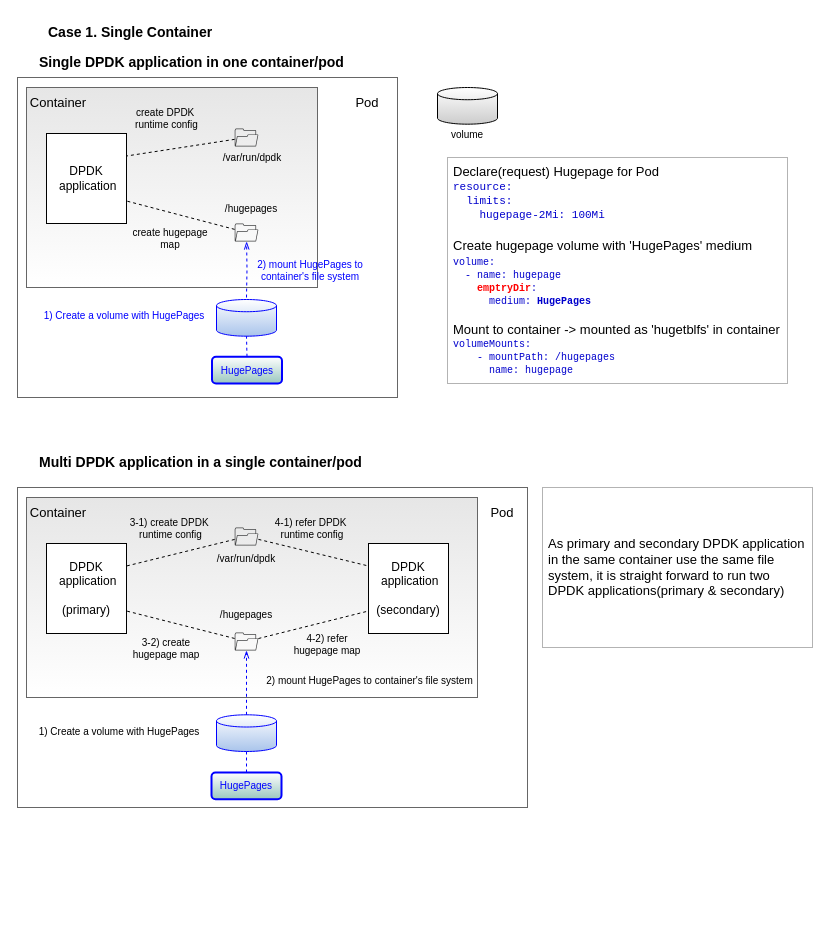
cychong47/how-to-share-hugepage-in-k8s keeps this draw.io diagram as page "1 container-1 pod" (3 of 5) of dpdk multi-process.drawio. Above is the earlier version. Source tidied: cells renumbered, new cells numbered last; positions are measured from the earlier drawing's top-left corner, leaving out a move shared by most shapes. Both pictures are drawn from the tidied source at 100%, with x=0, y=0 at pixel (17, 17).
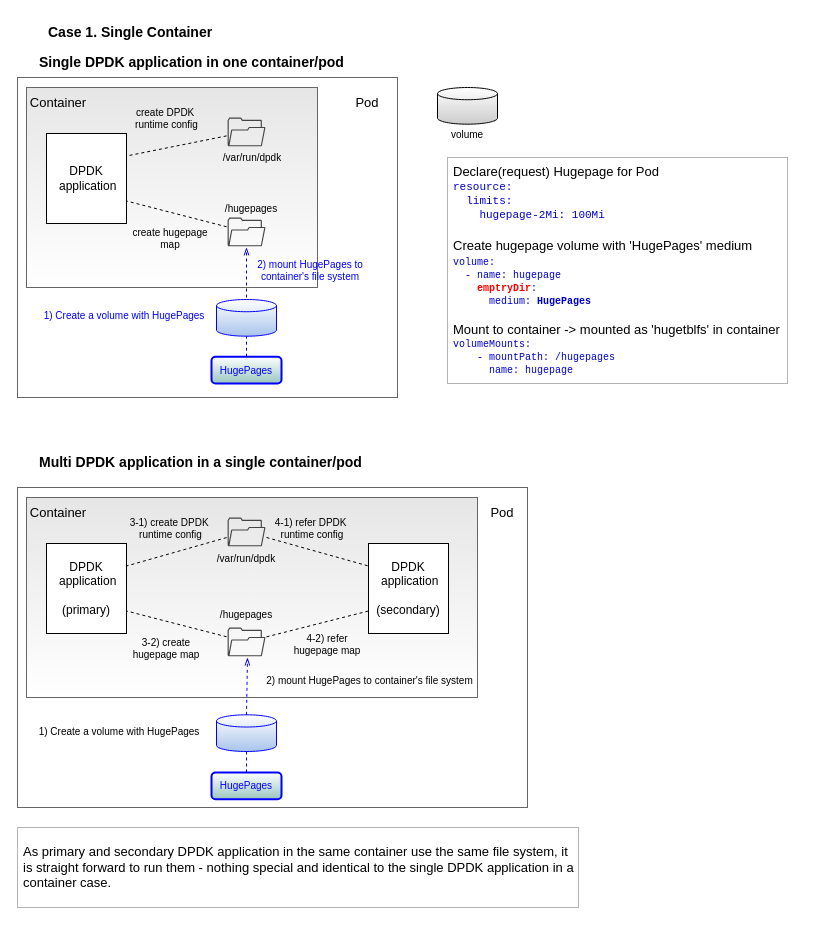
After the change.

Unchanged cells that the change refers to:
```xml
<mxCell id="6" value="DPDK &amp;nbsp;application&lt;br&gt;&lt;br&gt;(secondary)" style="rounded=0;whiteSpace=wrap;html=1;strokeColor=#000000;fontColor=#000000;" parent="1" vertex="1">
  <mxGeometry x="351" y="526" width="80" height="90" as="geometry" />
</mxCell>
<mxCell id="10" value="DPDK &amp;nbsp;application" style="rounded=0;whiteSpace=wrap;html=1;" parent="1" vertex="1">
  <mxGeometry x="29" y="116" width="80" height="90" as="geometry" />
</mxCell>
<mxCell id="21" value="DPDK &amp;nbsp;application&lt;br&gt;&lt;br&gt;(primary)" style="rounded=0;whiteSpace=wrap;html=1;" parent="1" vertex="1">
  <mxGeometry x="29" y="526" width="80" height="90" as="geometry" />
</mxCell>
<mxCell id="44" style="strokeWidth=1;html=1;shape=mxgraph.flowchart.database;whiteSpace=wrap;rounded=1;shadow=0;glass=0;sketch=0;fontFamily=Courier New;fontSize=12;fontColor=#000000;fillColor=#A9C4EB;gradientColor=#ffffff;gradientDirection=north;fontStyle=1;strokeColor=#0000FF;" parent="1" vertex="1">
  <mxGeometry x="199" y="697.3" width="60" height="36.7" as="geometry" />
</mxCell>
```

Change to the diagram source:
```diff
@@
-    <mxCell id="13" style="endArrow=none;html=1;rounded=0;endFill=0;startArrow=none;startFill=0;entryX=1;entryY=0.75;entryDx=0;entryDy=0;dashed=1;" parent="1" edge="1" source="35" target="10">
+    <mxCell id="13" style="endArrow=none;html=1;rounded=0;endFill=0;startArrow=none;startFill=0;entryX=1;entryY=0.75;entryDx=0;entryDy=0;dashed=1;" parent="1" edge="1" source="53" target="10">
       <mxGeometry relative="1" as="geometry" />
     </mxCell>
-    <mxCell id="14" style="endArrow=none;html=1;rounded=0;entryX=1;entryY=0.25;entryDx=0;entryDy=0;startArrow=none;startFill=0;dashed=1;" parent="1" edge="1" source="36" target="10">
+    <mxCell id="14" style="endArrow=none;html=1;rounded=0;entryX=1;entryY=0.25;entryDx=0;entryDy=0;startArrow=none;startFill=0;dashed=1;" parent="1" edge="1" source="54" target="10">
       <mxGeometry relative="1" as="geometry" />
     </mxCell>
@@
-    <mxCell id="17" style="edgeStyle=orthogonalEdgeStyle;rounded=0;jettySize=auto;html=1;dashed=1;fontSize=10;fontColor=#0000FF;strokeWidth=1;endArrow=openThin;endFill=0;strokeColor=#0000FF;startArrow=none;exitX=0.5;exitY=0;exitDx=0;exitDy=0;exitPerimeter=0;" parent="1" edge="1" target="35">
+    <mxCell id="17" style="edgeStyle=orthogonalEdgeStyle;rounded=0;jettySize=auto;html=1;dashed=1;fontSize=10;fontColor=#0000FF;strokeWidth=1;endArrow=openThin;endFill=0;strokeColor=#0000FF;startArrow=none;exitX=0.5;exitY=0;exitDx=0;exitDy=0;exitPerimeter=0;" parent="1" edge="1" target="53">
       <mxGeometry relative="1" as="geometry">
         <mxPoint x="229" y="280" as="sourcePoint" />
+        <Array as="points">
+          <mxPoint x="229" y="250" />
+          <mxPoint x="229" y="250" />
+        </Array>
       </mxGeometry>
     </mxCell>
@@
-    <mxCell id="24" style="endArrow=none;html=1;rounded=0;endFill=0;startArrow=none;startFill=0;entryX=1;entryY=0.75;entryDx=0;entryDy=0;dashed=1;" parent="1" edge="1" source="39" target="21">
+    <mxCell id="24" style="endArrow=none;html=1;rounded=0;endFill=0;startArrow=none;startFill=0;entryX=1;entryY=0.75;entryDx=0;entryDy=0;dashed=1;" parent="1" edge="1" source="55" target="21">
       <mxGeometry relative="1" as="geometry" />
     </mxCell>
-    <mxCell id="25" style="endArrow=none;html=1;rounded=0;entryX=1;entryY=0.25;entryDx=0;entryDy=0;startArrow=none;startFill=0;dashed=1;" parent="1" edge="1" source="38" target="21">
+    <mxCell id="25" style="endArrow=none;html=1;rounded=0;entryX=1;entryY=0.25;entryDx=0;entryDy=0;startArrow=none;startFill=0;dashed=1;" parent="1" edge="1" source="56" target="21">
       <mxGeometry relative="1" as="geometry" />
     </mxCell>
@@
-    <mxCell id="30" style="endArrow=none;html=1;rounded=0;entryX=0;entryY=0.25;entryDx=0;entryDy=0;startArrow=none;startFill=0;fillColor=#0050ef;strokeColor=#000000;dashed=1;fontColor=#000000;" parent="1" edge="1" source="38" target="6">
+    <mxCell id="30" style="endArrow=none;html=1;rounded=0;entryX=0;entryY=0.25;entryDx=0;entryDy=0;startArrow=none;startFill=0;fillColor=#0050ef;strokeColor=#000000;dashed=1;fontColor=#000000;" parent="1" edge="1" source="56" target="6">
       <mxGeometry relative="1" as="geometry" />
     </mxCell>
-    <mxCell id="31" style="endArrow=none;html=1;rounded=0;endFill=0;startArrow=none;startFill=0;entryX=0;entryY=0.75;entryDx=0;entryDy=0;fillColor=#0050ef;strokeColor=#000000;dashed=1;fontColor=#000000;" parent="1" edge="1" source="39" target="6">
+    <mxCell id="31" style="endArrow=none;html=1;rounded=0;endFill=0;startArrow=none;startFill=0;entryX=0;entryY=0.75;entryDx=0;entryDy=0;fillColor=#0050ef;strokeColor=#000000;dashed=1;fontColor=#000000;" parent="1" edge="1" source="55" target="6">
       <mxGeometry relative="1" as="geometry" />
     </mxCell>
-    <mxCell id="32" value="&lt;div&gt;&lt;font size=&quot;2&quot;&gt;As primary and secondary DPDK application in the same container use the same file system, it is straight forward to run two DPDK applications(primary &amp;amp; secondary)&amp;nbsp;&lt;/font&gt;&lt;/div&gt;" style="text;html=1;strokeColor=#666666;fillColor=none;align=left;verticalAlign=middle;whiteSpace=wrap;rounded=0;fontFamily=Helvetica;dashed=1;spacing=6;dashPattern=1 1;" parent="1" vertex="1">
-      <mxGeometry x="525" y="470" width="270" height="160" as="geometry" />
+    <mxCell id="32" value="&lt;div&gt;&lt;font size=&quot;2&quot;&gt;As primary and secondary DPDK application in the same container use the same file system, it is straight forward to run them - nothing special and identical to the single DPDK application in a container&amp;nbsp;case.&lt;/font&gt;&lt;/div&gt;" style="text;html=1;strokeColor=#666666;fillColor=none;align=left;verticalAlign=middle;whiteSpace=wrap;rounded=0;fontFamily=Helvetica;dashed=1;spacing=6;dashPattern=1 1;" parent="1" vertex="1">
+      <mxGeometry y="810" width="561" height="80" as="geometry" />
     </mxCell>
@@
-    <mxCell id="35" style="sketch=0;shadow=0;dashed=0;html=1;strokeColor=none;fillColor=#434445;labelPosition=center;verticalLabelPosition=bottom;verticalAlign=top;align=center;outlineConnect=0;shape=mxgraph.vvd.folder;rounded=1;glass=0;fontFamily=Courier New;fontSize=12;fontColor=#000000;" parent="1" vertex="1">
-      <mxGeometry x="217.2" y="206" width="23.7" height="18" as="geometry" />
-    </mxCell>
-    <mxCell id="36" style="sketch=0;shadow=0;dashed=0;html=1;strokeColor=none;fillColor=#434445;labelPosition=center;verticalLabelPosition=bottom;verticalAlign=top;align=center;outlineConnect=0;shape=mxgraph.vvd.folder;rounded=1;glass=0;fontFamily=Courier New;fontSize=12;fontColor=#000000;" parent="1" vertex="1">
-      <mxGeometry x="217.2" y="111" width="23.7" height="18" as="geometry" />
-    </mxCell>
@@
-    <mxCell id="38" style="sketch=0;shadow=0;dashed=0;html=1;strokeColor=none;fillColor=#434445;labelPosition=center;verticalLabelPosition=bottom;verticalAlign=top;align=center;outlineConnect=0;shape=mxgraph.vvd.folder;rounded=1;glass=0;fontFamily=Courier New;fontSize=12;fontColor=#000000;" parent="1" vertex="1">
-      <mxGeometry x="217.2" y="510" width="23.7" height="18" as="geometry" />
-    </mxCell>
-    <mxCell id="39" style="sketch=0;shadow=0;dashed=0;html=1;strokeColor=none;fillColor=#434445;labelPosition=center;verticalLabelPosition=bottom;verticalAlign=top;align=center;outlineConnect=0;shape=mxgraph.vvd.folder;rounded=1;glass=0;fontFamily=Courier New;fontSize=12;fontColor=#000000;" parent="1" vertex="1">
-      <mxGeometry x="217.2" y="615" width="23.7" height="18" as="geometry" />
-    </mxCell>
@@
     <mxCell id="48" style="endArrow=openThin;html=1;rounded=0;dashed=1;fontFamily=Courier New;fontSize=11;fontColor=#FF0000;strokeColor=#0000FF;strokeWidth=1;exitX=0.5;exitY=0;exitDx=0;exitDy=0;exitPerimeter=0;endFill=0;" parent="1" edge="1" source="44">
       <mxGeometry relative="1" as="geometry">
-        <mxPoint x="229" y="633" as="targetPoint" />
+        <mxPoint x="230" y="640" as="targetPoint" />
       </mxGeometry>
     </mxCell>
@@
     <mxCell id="50" value="HugePages" style="rounded=1;whiteSpace=wrap;html=1;fontSize=10;fontColor=#0000FF;strokeColor=#0000FF;strokeWidth=2;fillColor=#9AC7BF;gradientColor=#ffffff;gradientDirection=north;" parent="1" vertex="1">
-      <mxGeometry x="194.5" y="339.2" width="70" height="26.8" as="geometry" />
+      <mxGeometry x="194" y="339.2" width="70" height="26.8" as="geometry" />
     </mxCell>
@@
+    <mxCell id="53" style="sketch=0;shadow=0;dashed=0;html=1;strokeColor=none;fillColor=#434445;labelPosition=center;verticalLabelPosition=bottom;verticalAlign=top;align=center;outlineConnect=0;shape=mxgraph.vvd.folder;rounded=1;glass=0;fontFamily=Courier New;fontSize=12;fontColor=#000000;strokeWidth=4;perimeterSpacing=1;" parent="1" vertex="1">
+      <mxGeometry x="210.1" y="200" width="37.9" height="28.8" as="geometry" />
+    </mxCell>
+    <mxCell id="54" style="sketch=0;shadow=0;dashed=0;html=1;strokeColor=none;fillColor=#434445;labelPosition=center;verticalLabelPosition=bottom;verticalAlign=top;align=center;outlineConnect=0;shape=mxgraph.vvd.folder;rounded=1;glass=0;fontFamily=Courier New;fontSize=12;fontColor=#000000;strokeWidth=4;perimeterSpacing=1;" parent="1" vertex="1">
+      <mxGeometry x="210.1" y="100" width="37.9" height="28.8" as="geometry" />
+    </mxCell>
+    <mxCell id="55" style="sketch=0;shadow=0;dashed=0;html=1;strokeColor=none;fillColor=#434445;labelPosition=center;verticalLabelPosition=bottom;verticalAlign=top;align=center;outlineConnect=0;shape=mxgraph.vvd.folder;rounded=1;glass=0;fontFamily=Courier New;fontSize=12;fontColor=#000000;strokeWidth=4;perimeterSpacing=1;" parent="1" vertex="1">
+      <mxGeometry x="210.1" y="610" width="37.9" height="28.8" as="geometry" />
+    </mxCell>
+    <mxCell id="56" style="sketch=0;shadow=0;dashed=0;html=1;strokeColor=none;fillColor=#434445;labelPosition=center;verticalLabelPosition=bottom;verticalAlign=top;align=center;outlineConnect=0;shape=mxgraph.vvd.folder;rounded=1;glass=0;fontFamily=Courier New;fontSize=12;fontColor=#000000;strokeWidth=4;perimeterSpacing=1;" parent="1" vertex="1">
+      <mxGeometry x="210.1" y="500" width="37.9" height="28.8" as="geometry" />
+    </mxCell>
```
